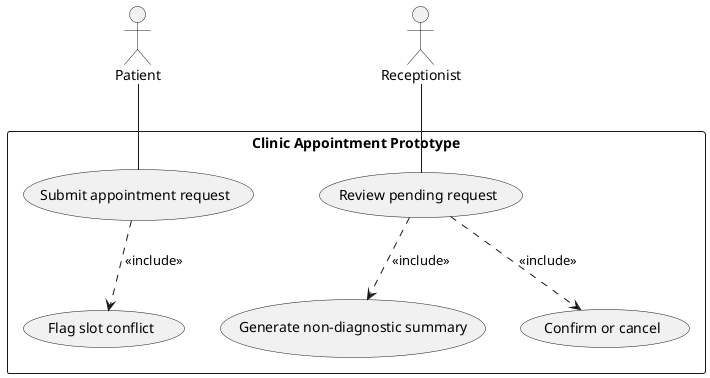
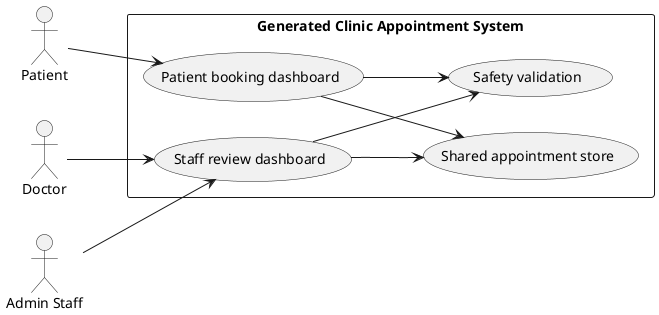
@startuml
+ left to right direction
actor Patient
- actor Receptionist
- rectangle "Clinic Appointment Prototype" {
-   usecase "Submit appointment request" as Submit
-   usecase "Review pending request" as Review
-   usecase "Confirm or cancel" as Decide
-   usecase "Flag slot conflict" as Conflict
-   usecase "Generate non-diagnostic summary" as Summary
+ actor Doctor
+ actor "Admin Staff" as Admin
+ rectangle "Generated Clinic Appointment System" {
+   usecase "Patient booking dashboard" as PatientDashboard
+   usecase "Staff review dashboard" as StaffDashboard
+   usecase "Shared appointment store" as Store
+   usecase "Safety validation" as Safety
}
- Patient -- Submit
- Receptionist -- Review
- Review ..> Decide : <<include>>
- Submit ..> Conflict : <<include>>
- Review ..> Summary : <<include>>
+ Patient --> PatientDashboard
+ Doctor --> StaffDashboard
+ Admin --> StaffDashboard
+ PatientDashboard --> Store
+ StaffDashboard --> Store
+ PatientDashboard --> Safety
+ StaffDashboard --> Safety
@enduml
